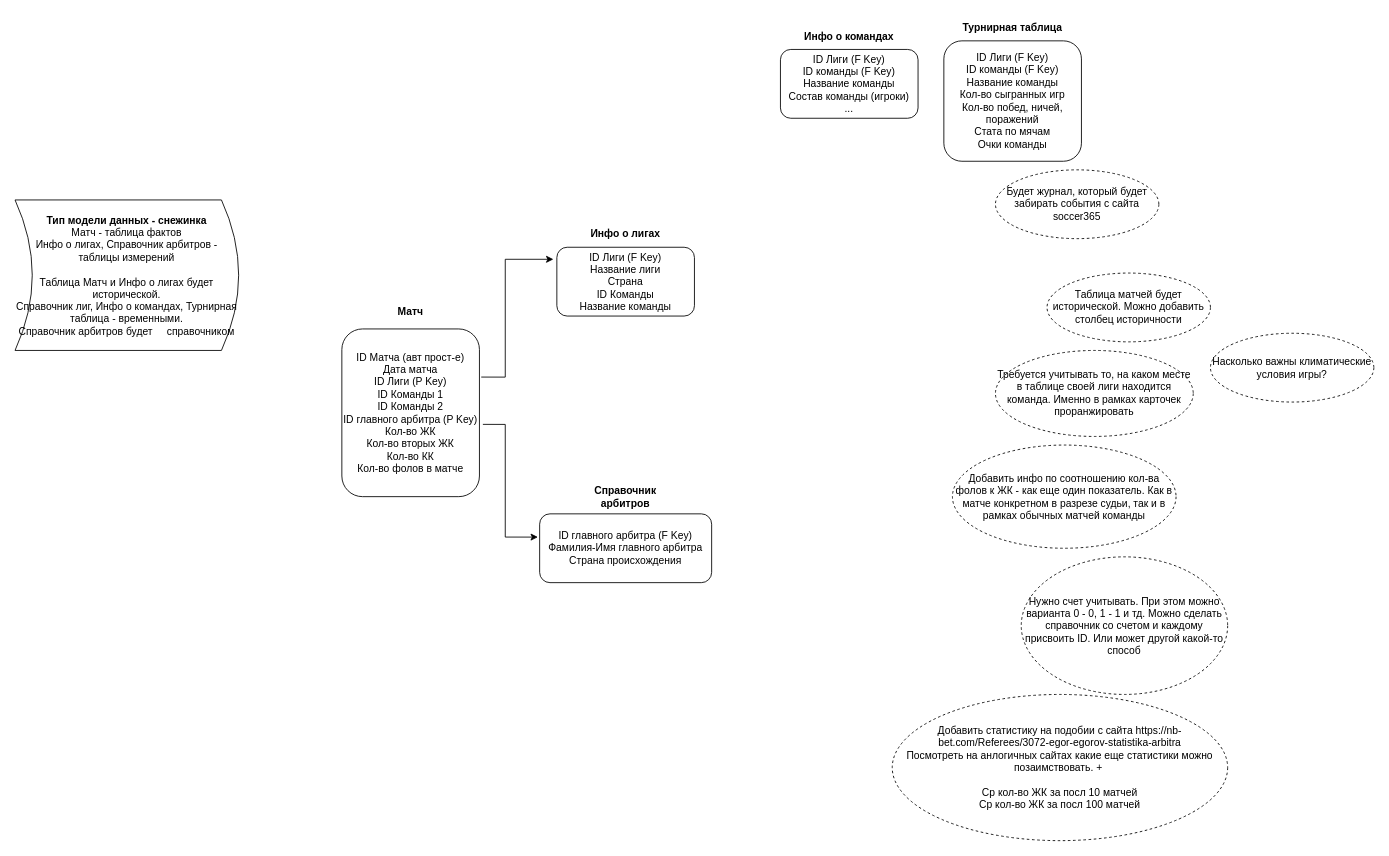
This is Schema101.drawio from Wi11iamWood/Project, a draw.io file, before an edit. Source tidied: cells renumbered, new cells numbered last; positions are measured from the earlier drawing's top-left corner, leaving out a move shared by most shapes. Both pictures are drawn from the tidied source at 86%, with x=0, y=0 at pixel (15, 15).
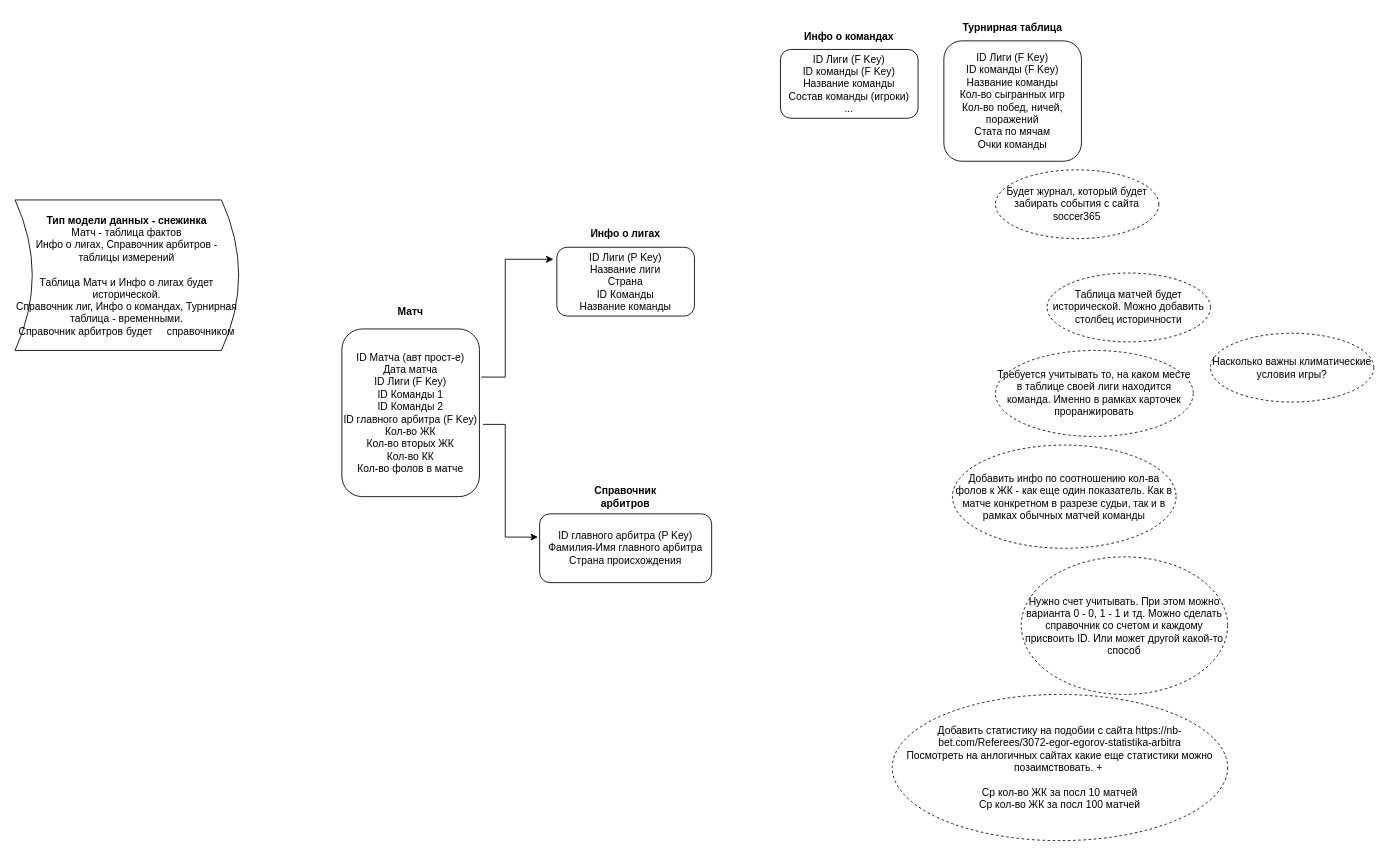
Above is the later version.

Change to the diagram source:
```diff
@@
-    <mxCell id="2" value="&lt;div&gt;ID Матча (авт прост-е)&lt;/div&gt;&lt;div&gt;&lt;span style=&quot;background-color: transparent; color: light-dark(rgb(0, 0, 0), rgb(255, 255, 255));&quot;&gt;Дата матча&lt;/span&gt;&lt;/div&gt;&lt;div&gt;ID Лиги&lt;span style=&quot;background-color: transparent; color: light-dark(rgb(0, 0, 0), rgb(255, 255, 255));&quot;&gt;&amp;nbsp;&lt;/span&gt;&lt;span style=&quot;background-color: transparent; color: light-dark(rgb(0, 0, 0), rgb(255, 255, 255));&quot;&gt;(P Key)&lt;/span&gt;&lt;/div&gt;ID Команды 1&lt;div&gt;&lt;div&gt;ID Команды 2&lt;/div&gt;&lt;div&gt;ID главного арбитра&lt;span style=&quot;background-color: transparent; color: light-dark(rgb(0, 0, 0), rgb(255, 255, 255));&quot;&gt;&amp;nbsp;&lt;/span&gt;&lt;span style=&quot;background-color: transparent; color: light-dark(rgb(0, 0, 0), rgb(255, 255, 255));&quot;&gt;(P Key)&lt;/span&gt;&lt;/div&gt;&lt;/div&gt;&lt;div&gt;&lt;div&gt;Кол-во ЖК&lt;/div&gt;&lt;div&gt;Кол-во вторых ЖК&lt;/div&gt;&lt;div&gt;Кол-во КК&lt;/div&gt;&lt;div&gt;Кол-во фолов в матче&lt;/div&gt;&lt;/div&gt;" style="rounded=1;whiteSpace=wrap;html=1;" parent="1" vertex="1">
+    <mxCell id="2" value="&lt;div&gt;ID Матча (авт прост-е)&lt;/div&gt;&lt;div&gt;&lt;span style=&quot;background-color: transparent; color: light-dark(rgb(0, 0, 0), rgb(255, 255, 255));&quot;&gt;Дата матча&lt;/span&gt;&lt;/div&gt;&lt;div&gt;ID Лиги&lt;span style=&quot;background-color: transparent; color: light-dark(rgb(0, 0, 0), rgb(255, 255, 255));&quot;&gt;&amp;nbsp;&lt;/span&gt;&lt;span style=&quot;background-color: transparent; color: light-dark(rgb(0, 0, 0), rgb(255, 255, 255));&quot;&gt;(F Key)&lt;/span&gt;&lt;/div&gt;ID Команды 1&lt;div&gt;&lt;div&gt;ID Команды 2&lt;/div&gt;&lt;div&gt;ID главного арбитра&lt;span style=&quot;background-color: transparent; color: light-dark(rgb(0, 0, 0), rgb(255, 255, 255));&quot;&gt;&amp;nbsp;&lt;/span&gt;&lt;span style=&quot;background-color: transparent; color: light-dark(rgb(0, 0, 0), rgb(255, 255, 255));&quot;&gt;(F Key)&lt;/span&gt;&lt;/div&gt;&lt;/div&gt;&lt;div&gt;&lt;div&gt;Кол-во ЖК&lt;/div&gt;&lt;div&gt;Кол-во вторых ЖК&lt;/div&gt;&lt;div&gt;Кол-во КК&lt;/div&gt;&lt;div&gt;Кол-во фолов в матче&lt;/div&gt;&lt;/div&gt;" style="rounded=1;whiteSpace=wrap;html=1;" parent="1" vertex="1">
       <mxGeometry x="380" y="365" width="160" height="195" as="geometry" />
     </mxCell>
@@
-    <mxCell id="4" value="&lt;div&gt;ID главного арбитра&lt;span style=&quot;background-color: transparent; color: light-dark(rgb(0, 0, 0), rgb(255, 255, 255));&quot;&gt;&amp;nbsp;&lt;/span&gt;&lt;span style=&quot;background-color: transparent; color: light-dark(rgb(0, 0, 0), rgb(255, 255, 255));&quot;&gt;(F Key)&lt;/span&gt;&lt;/div&gt;&lt;div&gt;Фамилия-Имя главного арбитра&lt;/div&gt;&lt;div&gt;Страна происхождения&lt;/div&gt;" style="rounded=1;whiteSpace=wrap;html=1;" parent="1" vertex="1">
+    <mxCell id="4" value="&lt;div&gt;ID главного арбитра&lt;span style=&quot;background-color: transparent; color: light-dark(rgb(0, 0, 0), rgb(255, 255, 255));&quot;&gt;&amp;nbsp;&lt;/span&gt;&lt;span style=&quot;background-color: transparent; color: light-dark(rgb(0, 0, 0), rgb(255, 255, 255));&quot;&gt;(P Key)&lt;/span&gt;&lt;/div&gt;&lt;div&gt;Фамилия-Имя главного арбитра&lt;/div&gt;&lt;div&gt;Страна происхождения&lt;/div&gt;" style="rounded=1;whiteSpace=wrap;html=1;" parent="1" vertex="1">
       <mxGeometry x="610" y="580" width="200" height="80" as="geometry" />
     </mxCell>
@@
-    <mxCell id="7" value="ID Лиги (F Key)&lt;div&gt;Название лиги&lt;/div&gt;&lt;div&gt;Страна&lt;/div&gt;&lt;div&gt;ID Команды&lt;/div&gt;&lt;div&gt;Название команды&lt;/div&gt;" style="rounded=1;whiteSpace=wrap;html=1;" parent="1" vertex="1">
+    <mxCell id="7" value="ID Лиги (P Key)&lt;div&gt;Название лиги&lt;/div&gt;&lt;div&gt;Страна&lt;/div&gt;&lt;div&gt;ID Команды&lt;/div&gt;&lt;div&gt;Название команды&lt;/div&gt;" style="rounded=1;whiteSpace=wrap;html=1;" parent="1" vertex="1">
       <mxGeometry x="630" y="270" width="160" height="80" as="geometry" />
     </mxCell>
```
